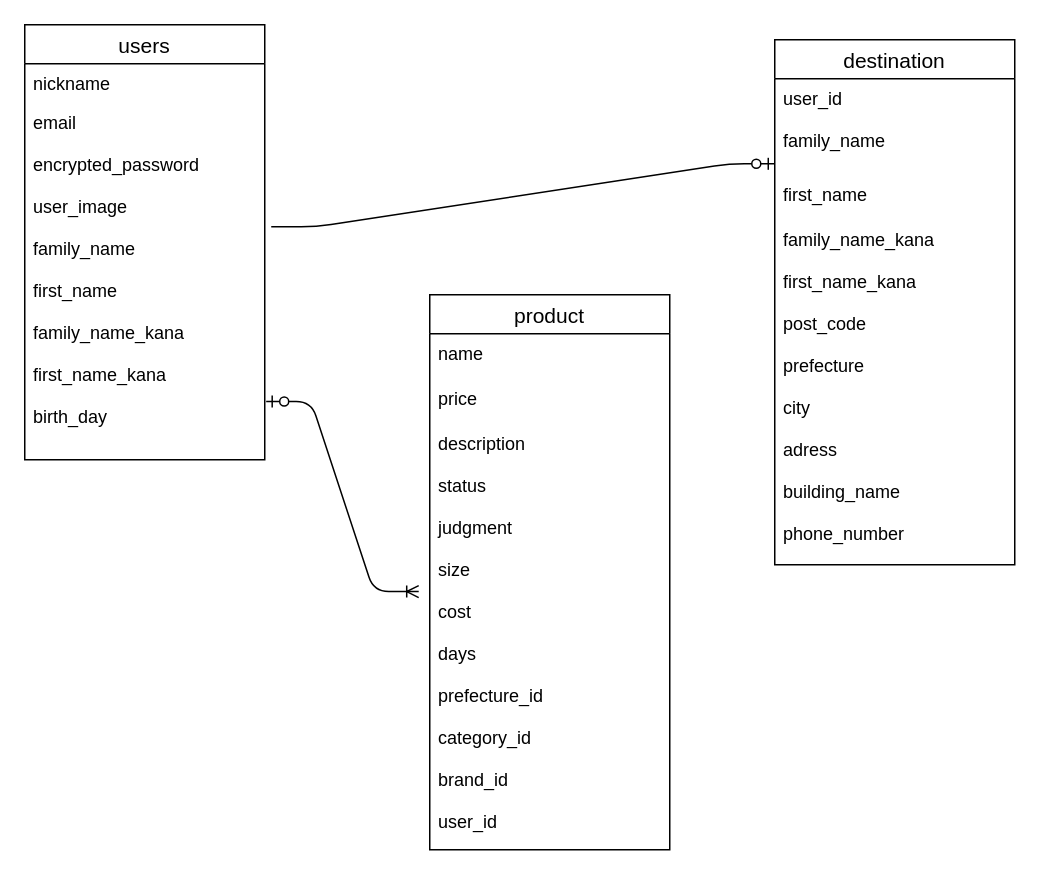
The draw.io diagram test.dio in shinobum10/furima-36695, before the edit. Source tidied: cells renumbered, new cells numbered last; positions are measured from the earlier drawing's top-left corner, leaving out a move shared by most shapes. Both pictures are drawn from the tidied source at 150%, with x=0, y=0 at pixel (24, 24).
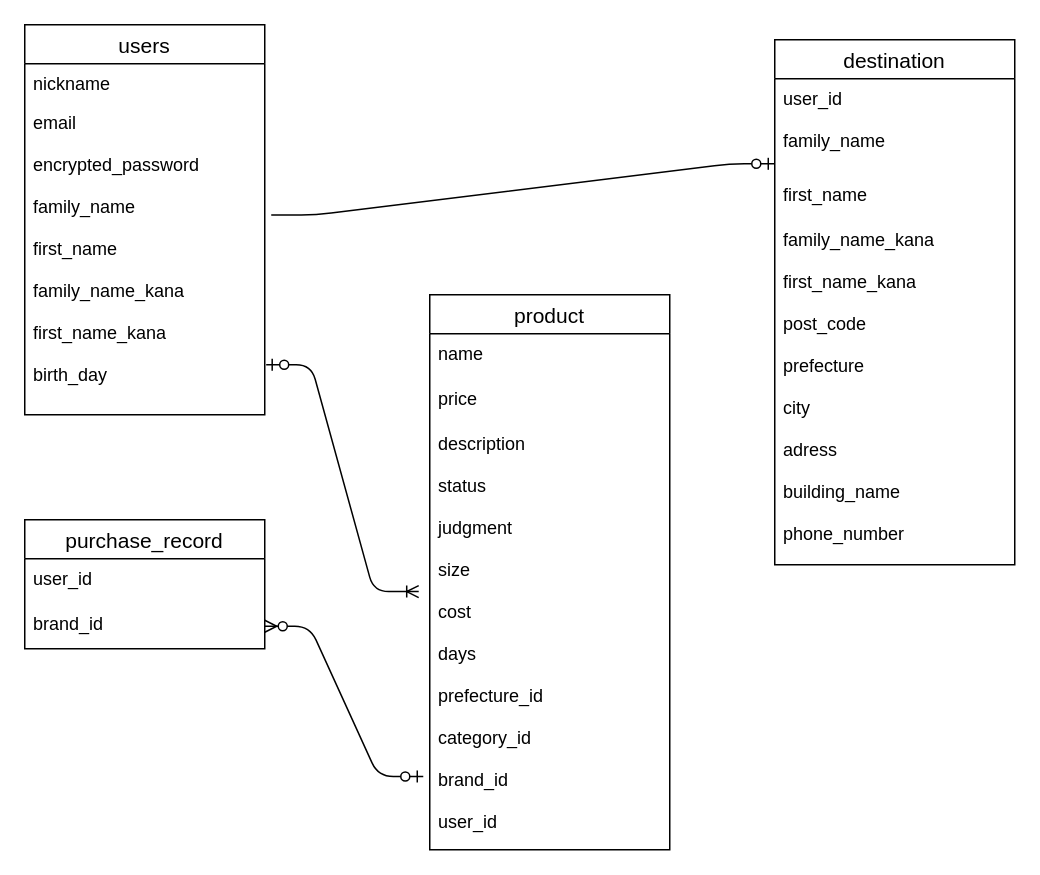
Above is the later version.

Commit message (it also covers changes not shown here):
ER図・データベース設計修正

The edit, as a diff of the source:
```diff
@@
 <mxGraphModel>
   <root>
     <mxCell id="0" />
     <mxCell id="1" parent="0" />
     <mxCell id="2" value="users" style="swimlane;fontStyle=0;horizontal=1;startSize=26;align=center;fontSize=14;" parent="1" vertex="1">
-      <mxGeometry width="160" height="290" as="geometry" />
+      <mxGeometry width="160" height="260" as="geometry" />
     </mxCell>
     <mxCell id="3" value="nickname" style="text;strokeColor=none;fillColor=none;spacingLeft=4;spacingRight=4;overflow=hidden;fontSize=12;" parent="2" vertex="1">
       <mxGeometry y="26" width="160" height="26" as="geometry" />
     </mxCell>
     <mxCell id="4" value="email" style="text;strokeColor=none;fillColor=none;spacingLeft=4;spacingRight=4;overflow=hidden;fontSize=12;" parent="2" vertex="1">
       <mxGeometry y="52" width="160" height="28" as="geometry" />
     </mxCell>
-    <mxCell id="5" value="encrypted_password&#10;&#10;user_image&#10;&#10;family_name&#10;&#10;first_name&#10;&#10;family_name_kana&#10;&#10;first_name_kana&#10;&#10;birth_day&#10;&#10;&#10;&#10;" style="text;strokeColor=none;fillColor=none;spacingLeft=4;spacingRight=4;overflow=hidden;points=[[0,0.5],[1,0.5]];portConstraint=eastwest;fontSize=12;" parent="2" vertex="1">
-      <mxGeometry y="80" width="160" height="210" as="geometry" />
+    <mxCell id="5" value="encrypted_password&#10;&#10;family_name&#10;&#10;first_name&#10;&#10;family_name_kana&#10;&#10;first_name_kana&#10;&#10;birth_day&#10;&#10;&#10;&#10;" style="text;strokeColor=none;fillColor=none;spacingLeft=4;spacingRight=4;overflow=hidden;points=[[0,0.5],[1,0.5]];portConstraint=eastwest;fontSize=12;" parent="2" vertex="1">
+      <mxGeometry y="80" width="160" height="180" as="geometry" />
     </mxCell>
     <mxCell id="6" value="product" style="swimlane;fontStyle=0;horizontal=1;startSize=26;align=center;fontSize=14;" parent="1" vertex="1">
       <mxGeometry x="270" y="180" width="160" height="370" as="geometry" />
     </mxCell>
     <mxCell id="7" value="name" style="text;strokeColor=none;fillColor=none;spacingLeft=4;spacingRight=4;overflow=hidden;fontSize=12;" parent="6" vertex="1">
       <mxGeometry y="26" width="160" height="30" as="geometry" />
     </mxCell>
     <mxCell id="8" value="price" style="text;strokeColor=none;fillColor=none;spacingLeft=4;spacingRight=4;overflow=hidden;fontSize=12;" parent="6" vertex="1">
       <mxGeometry y="56" width="160" height="30" as="geometry" />
     </mxCell>
     <mxCell id="9" value="description&#10;&#10;status&#10;&#10;judgment&#10;&#10;size&#10;&#10;cost&#10;&#10;days&#10;&#10;prefecture_id&#10;&#10;category_id&#10;&#10;brand_id&#10;&#10;user_id&#10;&#10;" style="text;strokeColor=none;fillColor=none;spacingLeft=4;spacingRight=4;overflow=hidden;points=[[0,0.5],[1,0.5]];portConstraint=eastwest;fontSize=12;" parent="6" vertex="1">
       <mxGeometry y="86" width="160" height="284" as="geometry" />
     </mxCell>
     <mxCell id="10" value="destination" style="swimlane;fontStyle=0;horizontal=1;startSize=26;align=center;fontSize=14;" parent="1" vertex="1">
       <mxGeometry x="500" y="10" width="160" height="350" as="geometry" />
     </mxCell>
     <mxCell id="11" value="user_id&#10;&#10;family_name&#10;" style="text;strokeColor=none;fillColor=none;spacingLeft=4;spacingRight=4;overflow=hidden;points=[[0,0.5],[1,0.5]];portConstraint=eastwest;fontSize=12;" parent="10" vertex="1">
       <mxGeometry y="26" width="160" height="64" as="geometry" />
     </mxCell>
     <mxCell id="12" value="first_name" style="text;strokeColor=none;fillColor=none;spacingLeft=4;spacingRight=4;overflow=hidden;fontSize=12;" parent="10" vertex="1">
       <mxGeometry y="90" width="160" height="30" as="geometry" />
     </mxCell>
     <mxCell id="13" value="family_name_kana&#10;&#10;first_name_kana&#10;&#10;post_code&#10;&#10;prefecture&#10;&#10;city&#10;&#10;adress&#10;&#10;building_name&#10;&#10;phone_number&#10;&#10;&#10;" style="text;strokeColor=none;fillColor=none;spacingLeft=4;spacingRight=4;overflow=hidden;fontSize=12;" parent="10" vertex="1">
       <mxGeometry y="120" width="160" height="230" as="geometry" />
     </mxCell>
     <mxCell id="14" style="edgeStyle=entityRelationEdgeStyle;fontSize=12;html=1;endArrow=ERzeroToOne;endFill=1;exitX=1.027;exitY=0.26;exitDx=0;exitDy=0;exitPerimeter=0;entryX=-0.002;entryY=0.886;entryDx=0;entryDy=0;entryPerimeter=0;" parent="1" edge="1" source="5" target="11">
       <mxGeometry relative="1" as="geometry" />
     </mxCell>
     <mxCell id="15" style="edgeStyle=entityRelationEdgeStyle;fontSize=12;html=1;endArrow=ERoneToMany;startArrow=ERzeroToOne;exitX=1.006;exitY=0.815;exitDx=0;exitDy=0;exitPerimeter=0;entryX=-0.046;entryY=0.394;entryDx=0;entryDy=0;entryPerimeter=0;" parent="1" edge="1" source="5" target="9">
       <mxGeometry relative="1" as="geometry" />
     </mxCell>
+    <mxCell id="16" value="purchase_record" style="swimlane;fontStyle=0;horizontal=1;startSize=26;align=center;fontSize=14;" parent="1" vertex="1">
+      <mxGeometry y="330" width="160" height="86" as="geometry" />
+    </mxCell>
+    <mxCell id="17" value="user_id&#10;" style="text;strokeColor=none;fillColor=none;spacingLeft=4;spacingRight=4;overflow=hidden;fontSize=12;" parent="16" vertex="1">
+      <mxGeometry y="26" width="160" height="30" as="geometry" />
+    </mxCell>
+    <mxCell id="18" value="brand_id" style="text;strokeColor=none;fillColor=none;spacingLeft=4;spacingRight=4;overflow=hidden;points=[[0,0.5],[1,0.5]];portConstraint=eastwest;fontSize=12;" parent="16" vertex="1">
+      <mxGeometry y="56" width="160" height="30" as="geometry" />
+    </mxCell>
+    <mxCell id="19" style="edgeStyle=entityRelationEdgeStyle;fontSize=12;html=1;endArrow=ERzeroToMany;startArrow=ERzeroToOne;exitX=-0.027;exitY=0.828;exitDx=0;exitDy=0;exitPerimeter=0;entryX=1;entryY=0.5;entryDx=0;entryDy=0;" parent="1" edge="1" source="9" target="18">
+      <mxGeometry relative="1" as="geometry" />
+    </mxCell>
   </root>
 </mxGraphModel>
```
